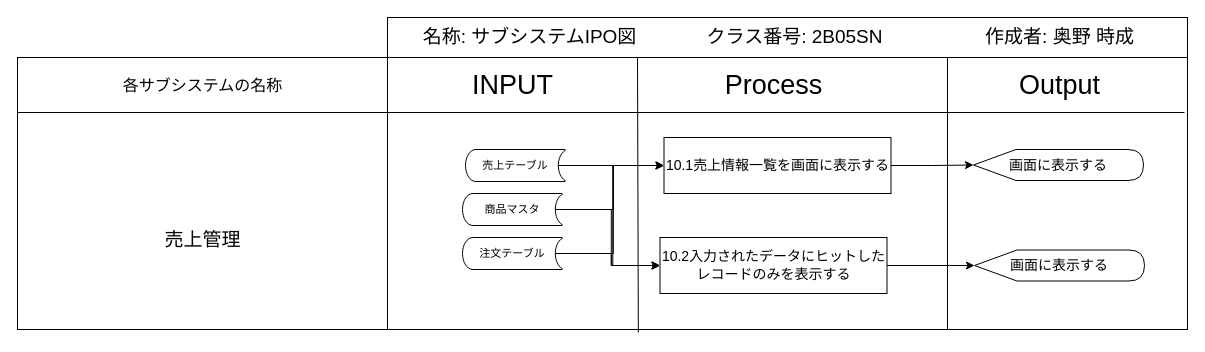
Above: page "売上管理" (8 of 9) of 提出ドキュメント/サブシステムIPO図.drawio in Yamanin3/system-devel (draw.io), before the change. Source tidied: cells renumbered, new cells numbered last; positions are measured from the earlier drawing's top-left corner, leaving out a move shared by most shapes. Both pictures are drawn from the tidied source at 100%, with x=0, y=0 at pixel (17, 17).
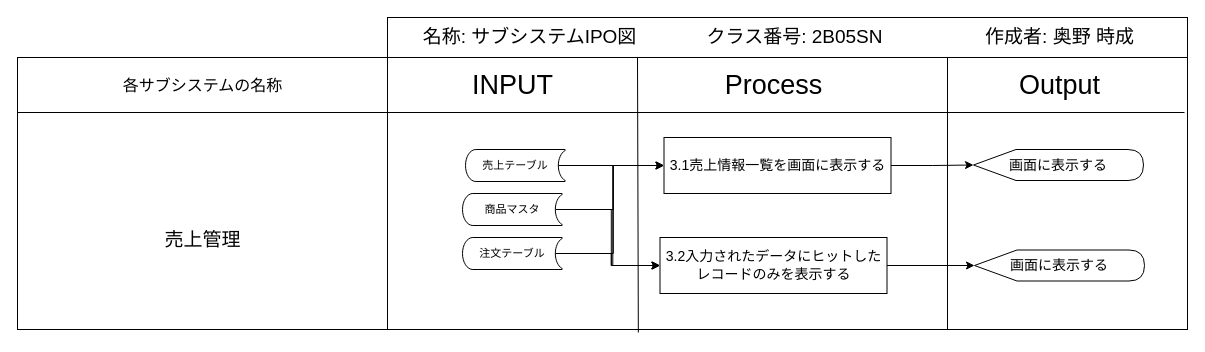
The same diagram, later.

Change to the diagram source:
```diff
@@
-    <mxCell id="18" value="&lt;p class=&quot;MsoNormal&quot; align=&quot;center&quot; style=&quot;font-size: 14px&quot;&gt;&lt;span lang=&quot;EN-US&quot;&gt;10.1&lt;font face=&quot;ｍｓ 明朝, serif&quot;&gt;売上情報一覧を画面に表示する&lt;/font&gt;&lt;/span&gt;&lt;span lang=&quot;EN-US&quot;&gt;&lt;/span&gt;&lt;/p&gt;" style="whiteSpace=wrap;html=1;align=center;strokeWidth=1;fontSize=6;" parent="1" vertex="1">
+    <mxCell id="18" value="&lt;p class=&quot;MsoNormal&quot; align=&quot;center&quot; style=&quot;font-size: 14px&quot;&gt;&lt;span lang=&quot;EN-US&quot;&gt;3.1&lt;/span&gt;&lt;span style=&quot;font-family: &amp;#34;ｍｓ 明朝&amp;#34; , serif&quot;&gt;売上情報一覧を画面に表示する&lt;/span&gt;&lt;/p&gt;&lt;p class=&quot;MsoNormal&quot; align=&quot;center&quot; style=&quot;font-size: 14px&quot;&gt;&lt;span lang=&quot;EN-US&quot;&gt;&lt;/span&gt;&lt;/p&gt;" style="whiteSpace=wrap;html=1;align=center;strokeWidth=1;fontSize=6;" parent="1" vertex="1">
       <mxGeometry x="646.5" y="120" width="227" height="56" as="geometry" />
     </mxCell>
@@
-    <mxCell id="21" value="&lt;p class=&quot;MsoNormal&quot; align=&quot;center&quot; style=&quot;font-size: 14px&quot;&gt;&lt;span lang=&quot;EN-US&quot;&gt;10.2&lt;font face=&quot;ｍｓ 明朝, serif&quot;&gt;入力されたデータにヒットしたレコードのみを表示する&lt;/font&gt;&lt;/span&gt;&lt;span lang=&quot;EN-US&quot;&gt;&lt;/span&gt;&lt;/p&gt;" style="whiteSpace=wrap;html=1;align=center;strokeWidth=1;fontSize=6;" parent="1" vertex="1">
+    <mxCell id="21" value="&lt;p class=&quot;MsoNormal&quot; align=&quot;center&quot; style=&quot;font-size: 14px&quot;&gt;&lt;span lang=&quot;EN-US&quot;&gt;3.2&lt;font face=&quot;ｍｓ 明朝, serif&quot;&gt;入力されたデータにヒットしたレコードのみを表示する&lt;/font&gt;&lt;/span&gt;&lt;span lang=&quot;EN-US&quot;&gt;&lt;/span&gt;&lt;/p&gt;" style="whiteSpace=wrap;html=1;align=center;strokeWidth=1;fontSize=6;" parent="1" vertex="1">
       <mxGeometry x="642.5" y="220" width="227" height="56" as="geometry" />
     </mxCell>
```
